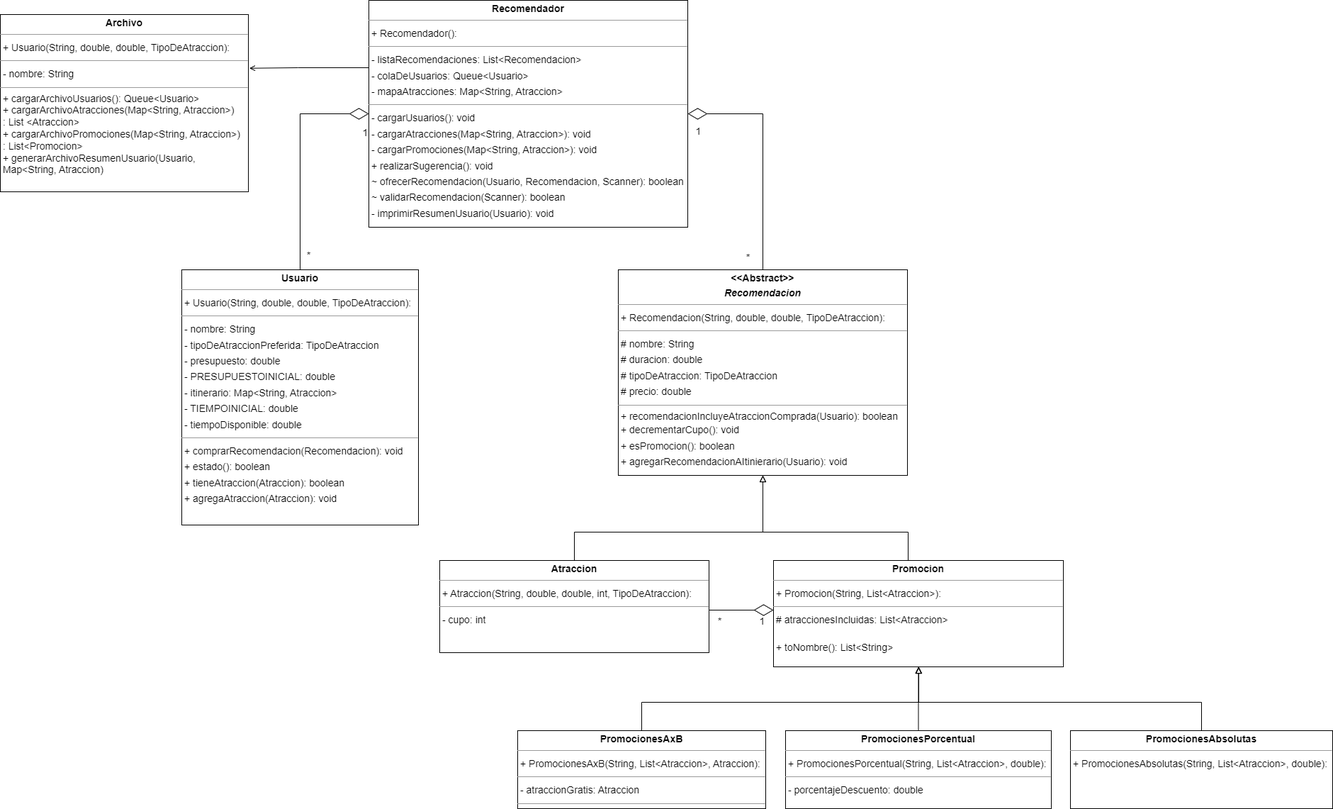
This is Diagrama de Clases.png from IvanOAn/Turismo-en-la-Tierra-Media-, a draw.io export, as it was before one commit. Source tidied: cells renumbered, new cells last; positions are measured from the earlier drawing's top-left corner, leaving out a move shared by most shapes.
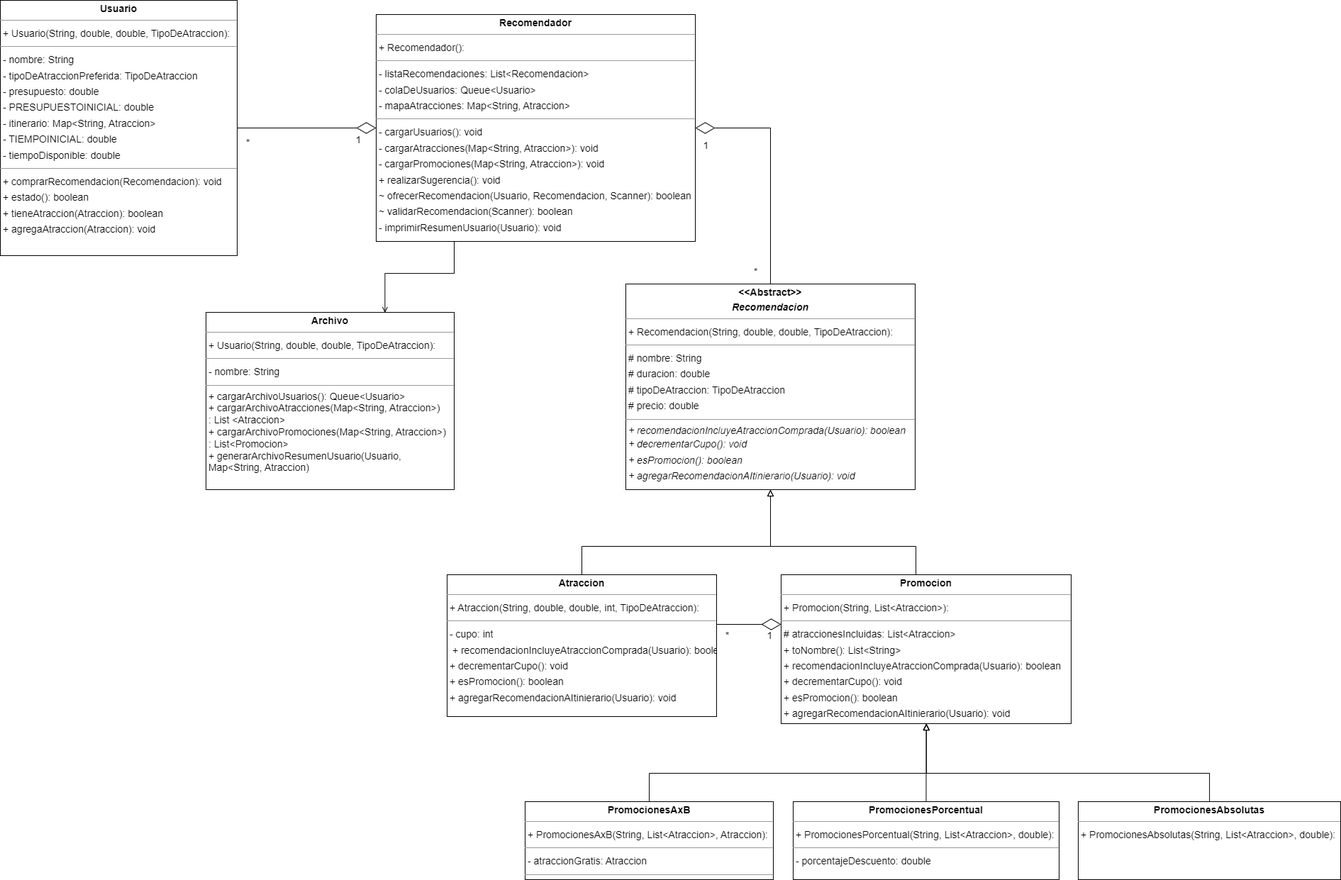
After the commit.

Commit message:
Arreglo en diagrama

The edit, as a diff of the source:
```diff
@@ -10,8 +10,8 @@
         </Array>
       </mxGeometry>
     </mxCell>
-    <mxCell id="3" value="&lt;p style=&quot;margin:0px;margin-top:4px;text-align:center;&quot;&gt;&lt;b&gt;Atraccion&lt;/b&gt;&lt;/p&gt;&lt;hr size=&quot;1&quot;&gt;&lt;p style=&quot;margin:0 0 0 4px;line-height:1.6;&quot;&gt;+ Atraccion(String, double, double, int, TipoDeAtraccion): &lt;/p&gt;&lt;hr size=&quot;1&quot;&gt;&lt;p style=&quot;margin:0 0 0 4px;line-height:1.6;&quot;&gt;- cupo: int&lt;/p&gt;" style="verticalAlign=top;align=left;overflow=fill;fontSize=14;fontFamily=Helvetica;html=1;rounded=0;shadow=0;comic=0;labelBackgroundColor=none;strokeWidth=1;" parent="1" vertex="1">
-      <mxGeometry x="620" y="790" width="380" height="130" as="geometry" />
+    <mxCell id="3" value="&lt;p style=&quot;margin:0px;margin-top:4px;text-align:center;&quot;&gt;&lt;b&gt;Atraccion&lt;/b&gt;&lt;/p&gt;&lt;hr size=&quot;1&quot;&gt;&lt;p style=&quot;margin:0 0 0 4px;line-height:1.6;&quot;&gt;+ Atraccion(String, double, double, int, TipoDeAtraccion): &lt;/p&gt;&lt;hr size=&quot;1&quot;&gt;&lt;p style=&quot;margin:0 0 0 4px;line-height:1.6;&quot;&gt;- cupo: int&lt;/p&gt;&lt;p style=&quot;margin:0 0 0 4px;line-height:1.6;&quot;&gt;&lt;i style=&quot;border-color: var(--border-color);&quot;&gt;&amp;nbsp;&lt;/i&gt;&lt;span style=&quot;border-color: var(--border-color);&quot;&gt;+ recomendacionIncluyeAtraccionComprada(Usuario): boolean&lt;/span&gt;&lt;/p&gt;&lt;p style=&quot;border-color: var(--border-color); margin: 0px 0px 0px 4px; line-height: 1.6;&quot;&gt;&lt;span style=&quot;border-color: var(--border-color);&quot;&gt;+ decrementarCupo(): void&lt;br style=&quot;border-color: var(--border-color);&quot;&gt;+ esPromocion(): boolean&lt;br style=&quot;border-color: var(--border-color);&quot;&gt;+ agregarRecomendacionAItinierario(Usuario): void&lt;/span&gt;&lt;/p&gt;" style="verticalAlign=top;align=left;overflow=fill;fontSize=14;fontFamily=Helvetica;html=1;rounded=0;shadow=0;comic=0;labelBackgroundColor=none;strokeWidth=1;" parent="1" vertex="1">
+      <mxGeometry x="620" y="790" width="380" height="200" as="geometry" />
     </mxCell>
     <mxCell id="4" style="edgeStyle=orthogonalEdgeStyle;rounded=0;jettySize=auto;html=1;entryX=0.5;entryY=1;entryDx=0;entryDy=0;endArrow=block;endFill=0;endSize=7;" parent="1" edge="1" source="5" target="12">
       <mxGeometry relative="1" as="geometry">
@@ -21,47 +21,47 @@
         </Array>
       </mxGeometry>
     </mxCell>
-    <mxCell id="5" value="&lt;p style=&quot;margin:0px;margin-top:4px;text-align:center;&quot;&gt;&lt;b&gt;Promocion&lt;/b&gt;&lt;/p&gt;&lt;hr size=&quot;1&quot;&gt;&lt;p style=&quot;margin:0 0 0 4px;line-height:1.6;&quot;&gt;+ Promocion(String, List&amp;lt;Atraccion&amp;gt;): &lt;/p&gt;&lt;hr size=&quot;1&quot;&gt;&lt;p style=&quot;margin:0 0 0 4px;line-height:1.6;&quot;&gt;# atraccionesIncluidas: List&amp;lt;Atraccion&amp;gt;&lt;/p&gt;&lt;br&gt;&lt;p style=&quot;margin:0 0 0 4px;line-height:1.6;&quot;&gt;+ toNombre(): List&amp;lt;String&amp;gt;&lt;br&gt;&lt;/p&gt;" style="verticalAlign=top;align=left;overflow=fill;fontSize=14;fontFamily=Helvetica;html=1;rounded=0;shadow=0;comic=0;labelBackgroundColor=none;strokeWidth=1;" parent="1" vertex="1">
-      <mxGeometry x="1091" y="790" width="409" height="150" as="geometry" />
+    <mxCell id="5" value="&lt;p style=&quot;margin:0px;margin-top:4px;text-align:center;&quot;&gt;&lt;b&gt;Promocion&lt;/b&gt;&lt;/p&gt;&lt;hr size=&quot;1&quot;&gt;&lt;p style=&quot;margin:0 0 0 4px;line-height:1.6;&quot;&gt;+ Promocion(String, List&amp;lt;Atraccion&amp;gt;): &lt;/p&gt;&lt;hr size=&quot;1&quot;&gt;&lt;p style=&quot;margin:0 0 0 4px;line-height:1.6;&quot;&gt;# atraccionesIncluidas: List&amp;lt;Atraccion&amp;gt;&lt;/p&gt;&lt;p style=&quot;margin:0 0 0 4px;line-height:1.6;&quot;&gt;+ toNombre(): List&amp;lt;String&amp;gt;&lt;/p&gt;&lt;p style=&quot;margin:0 0 0 4px;line-height:1.6;&quot;&gt;&lt;span style=&quot;background-color: initial;&quot;&gt;+ recomendacionIncluyeAtraccionComprada(Usuario): boolean&lt;/span&gt;&lt;/p&gt;&lt;p style=&quot;border-color: var(--border-color); margin: 0px 0px 0px 4px; line-height: 1.6;&quot;&gt;&lt;span style=&quot;border-color: var(--border-color);&quot;&gt;+ decrementarCupo(): void&lt;br style=&quot;border-color: var(--border-color);&quot;&gt;+ esPromocion(): boolean&lt;br style=&quot;border-color: var(--border-color);&quot;&gt;+ agregarRecomendacionAItinierario(Usuario): void&lt;/span&gt;&lt;/p&gt;" style="verticalAlign=top;align=left;overflow=fill;fontSize=14;fontFamily=Helvetica;html=1;rounded=0;shadow=0;comic=0;labelBackgroundColor=none;strokeWidth=1;" parent="1" vertex="1">
+      <mxGeometry x="1091" y="790" width="409" height="210" as="geometry" />
     </mxCell>
     <mxCell id="6" style="edgeStyle=orthogonalEdgeStyle;rounded=0;jettySize=auto;html=1;endArrow=block;endFill=0;endSize=7;" parent="1" edge="1" source="7">
       <mxGeometry relative="1" as="geometry">
-        <mxPoint x="1296" y="940" as="targetPoint" />
+        <mxPoint x="1296" y="1000" as="targetPoint" />
         <Array as="points">
-          <mxPoint x="1695" y="990" />
-          <mxPoint x="1296" y="990" />
+          <mxPoint x="1695" y="1070" />
+          <mxPoint x="1296" y="1070" />
         </Array>
       </mxGeometry>
     </mxCell>
     <mxCell id="7" value="&lt;p style=&quot;margin:0px;margin-top:4px;text-align:center;&quot;&gt;&lt;b&gt;PromocionesAbsolutas&lt;/b&gt;&lt;/p&gt;&lt;hr size=&quot;1&quot;&gt;&lt;p style=&quot;margin:0 0 0 4px;line-height:1.6;&quot;&gt;+ PromocionesAbsolutas(String, List&amp;lt;Atraccion&amp;gt;, double): &lt;/p&gt;" style="verticalAlign=top;align=left;overflow=fill;fontSize=14;fontFamily=Helvetica;html=1;rounded=0;shadow=0;comic=0;labelBackgroundColor=none;strokeWidth=1;" parent="1" vertex="1">
-      <mxGeometry x="1510" y="1030" width="370" height="110" as="geometry" />
+      <mxGeometry x="1510" y="1110" width="370" height="110" as="geometry" />
     </mxCell>
     <mxCell id="8" style="edgeStyle=orthogonalEdgeStyle;rounded=0;jettySize=auto;html=1;exitX=0.5;exitY=0;exitDx=0;exitDy=0;endArrow=block;endFill=0;endSize=7;" parent="1" edge="1" source="9">
       <mxGeometry relative="1" as="geometry">
-        <mxPoint x="1296" y="940" as="targetPoint" />
+        <mxPoint x="1296" y="1000" as="targetPoint" />
         <Array as="points">
-          <mxPoint x="905" y="990" />
-          <mxPoint x="1296" y="990" />
+          <mxPoint x="905" y="1070" />
+          <mxPoint x="1296" y="1070" />
         </Array>
       </mxGeometry>
     </mxCell>
     <mxCell id="9" value="&lt;p style=&quot;margin:0px;margin-top:4px;text-align:center;&quot;&gt;&lt;b&gt;PromocionesAxB&lt;/b&gt;&lt;/p&gt;&lt;hr size=&quot;1&quot;&gt;&lt;p style=&quot;margin:0 0 0 4px;line-height:1.6;&quot;&gt;+ PromocionesAxB(String, List&amp;lt;Atraccion&amp;gt;, Atraccion): &lt;/p&gt;&lt;hr size=&quot;1&quot;&gt;&lt;p style=&quot;margin:0 0 0 4px;line-height:1.6;&quot;&gt;- atraccionGratis: Atraccion&lt;/p&gt;&lt;hr size=&quot;1&quot;&gt;" style="verticalAlign=top;align=left;overflow=fill;fontSize=14;fontFamily=Helvetica;html=1;rounded=0;shadow=0;comic=0;labelBackgroundColor=none;strokeWidth=1;" parent="1" vertex="1">
-      <mxGeometry x="730" y="1030" width="350" height="110" as="geometry" />
+      <mxGeometry x="730" y="1110" width="350" height="110" as="geometry" />
     </mxCell>
     <mxCell id="10" style="edgeStyle=orthogonalEdgeStyle;rounded=0;jettySize=auto;html=1;entryX=0.5;entryY=1;entryDx=0;entryDy=0;endArrow=block;endFill=0;endSize=7;" parent="1" edge="1" source="11" target="5">
       <mxGeometry relative="1" as="geometry" />
     </mxCell>
     <mxCell id="11" value="&lt;p style=&quot;margin:0px;margin-top:4px;text-align:center;&quot;&gt;&lt;b&gt;PromocionesPorcentual&lt;/b&gt;&lt;/p&gt;&lt;hr size=&quot;1&quot;&gt;&lt;p style=&quot;margin:0 0 0 4px;line-height:1.6;&quot;&gt;+ PromocionesPorcentual(String, List&amp;lt;Atraccion&amp;gt;, double): &lt;/p&gt;&lt;hr size=&quot;1&quot;&gt;&lt;p style=&quot;margin:0 0 0 4px;line-height:1.6;&quot;&gt;- porcentajeDescuento: double&lt;/p&gt;" style="verticalAlign=top;align=left;overflow=fill;fontSize=14;fontFamily=Helvetica;html=1;rounded=0;shadow=0;comic=0;labelBackgroundColor=none;strokeWidth=1;" parent="1" vertex="1">
-      <mxGeometry x="1108" y="1030" width="375" height="110" as="geometry" />
+      <mxGeometry x="1108" y="1110" width="375" height="110" as="geometry" />
     </mxCell>
-    <mxCell id="12" value="&lt;p style=&quot;margin:0px;margin-top:4px;text-align:center;&quot;&gt;&lt;b&gt;&amp;lt;&amp;lt;Abstract&amp;gt;&amp;gt;&lt;br&gt;&lt;/b&gt;&lt;/p&gt;&lt;p style=&quot;margin:0px;margin-top:4px;text-align:center;&quot;&gt;&lt;b&gt;&lt;i&gt;Recomendacion&lt;/i&gt;&lt;/b&gt;&lt;/p&gt;&lt;hr size=&quot;1&quot;&gt;&lt;p style=&quot;margin:0 0 0 4px;line-height:1.6;&quot;&gt;+ Recomendacion(String, double, double, TipoDeAtraccion): &lt;/p&gt;&lt;hr size=&quot;1&quot;&gt;&lt;p style=&quot;margin:0 0 0 4px;line-height:1.6;&quot;&gt;# nombre: String&lt;br&gt;# duracion: double&lt;br&gt;# tipoDeAtraccion: TipoDeAtraccion&lt;br&gt;# precio: double&lt;/p&gt;&lt;hr size=&quot;1&quot;&gt;&amp;nbsp;+ recomendacionIncluyeAtraccionComprada(Usuario): boolean&lt;p style=&quot;margin:0 0 0 4px;line-height:1.6;&quot;&gt;+ decrementarCupo(): void&lt;br&gt;+ esPromocion(): boolean&lt;br&gt;+ agregarRecomendacionAItinierario(Usuario): void&lt;br&gt;&lt;/p&gt;" style="verticalAlign=top;align=left;overflow=fill;fontSize=14;fontFamily=Helvetica;html=1;rounded=0;shadow=0;comic=0;labelBackgroundColor=none;strokeWidth=1;" parent="1" vertex="1">
+    <mxCell id="12" value="&lt;p style=&quot;margin:0px;margin-top:4px;text-align:center;&quot;&gt;&lt;b&gt;&amp;lt;&amp;lt;Abstract&amp;gt;&amp;gt;&lt;br&gt;&lt;/b&gt;&lt;/p&gt;&lt;p style=&quot;margin:0px;margin-top:4px;text-align:center;&quot;&gt;&lt;b&gt;&lt;i&gt;Recomendacion&lt;/i&gt;&lt;/b&gt;&lt;/p&gt;&lt;hr size=&quot;1&quot;&gt;&lt;p style=&quot;margin:0 0 0 4px;line-height:1.6;&quot;&gt;+ Recomendacion(String, double, double, TipoDeAtraccion): &lt;/p&gt;&lt;hr size=&quot;1&quot;&gt;&lt;p style=&quot;margin:0 0 0 4px;line-height:1.6;&quot;&gt;# nombre: String&lt;br&gt;# duracion: double&lt;br&gt;# tipoDeAtraccion: TipoDeAtraccion&lt;br&gt;# precio: double&lt;/p&gt;&lt;hr size=&quot;1&quot;&gt;&lt;i&gt;&amp;nbsp;+ recomendacionIncluyeAtraccionComprada(Usuario): boolean&lt;/i&gt;&lt;p style=&quot;margin:0 0 0 4px;line-height:1.6;&quot;&gt;&lt;i&gt;+ decrementarCupo(): void&lt;br&gt;+ esPromocion(): boolean&lt;br&gt;+ agregarRecomendacionAItinierario(Usuario): void&lt;/i&gt;&lt;br&gt;&lt;/p&gt;" style="verticalAlign=top;align=left;overflow=fill;fontSize=14;fontFamily=Helvetica;html=1;rounded=0;shadow=0;comic=0;labelBackgroundColor=none;strokeWidth=1;" parent="1" vertex="1">
       <mxGeometry x="872" y="380" width="408" height="290" as="geometry" />
     </mxCell>
     <mxCell id="13" value="&lt;p style=&quot;margin:0px;margin-top:4px;text-align:center;&quot;&gt;&lt;b&gt;Recomendador&lt;/b&gt;&lt;/p&gt;&lt;hr size=&quot;1&quot;&gt;&lt;p style=&quot;margin:0 0 0 4px;line-height:1.6;&quot;&gt;+ Recomendador(): &lt;/p&gt;&lt;hr size=&quot;1&quot;&gt;&lt;p style=&quot;margin:0 0 0 4px;line-height:1.6;&quot;&gt;- listaRecomendaciones: List&amp;lt;Recomendacion&amp;gt;&lt;br&gt;- colaDeUsuarios: Queue&amp;lt;Usuario&amp;gt;&lt;/p&gt;&lt;p style=&quot;margin:0 0 0 4px;line-height:1.6;&quot;&gt;- mapaAtracciones: Map&amp;lt;String, Atraccion&amp;gt;&lt;br&gt;&lt;/p&gt;&lt;hr size=&quot;1&quot;&gt;&lt;p style=&quot;margin:0 0 0 4px;line-height:1.6;&quot;&gt;- cargarUsuarios(): void&lt;/p&gt;&lt;p style=&quot;margin:0 0 0 4px;line-height:1.6;&quot;&gt;- cargarAtracciones(Map&amp;lt;String, Atraccion&amp;gt;): void&lt;/p&gt;&lt;p style=&quot;margin:0 0 0 4px;line-height:1.6;&quot;&gt;- cargarPromociones(Map&amp;lt;String, Atraccion&amp;gt;): void&lt;br&gt;+ realizarSugerencia(): void&lt;br&gt;~ ofrecerRecomendacion(Usuario, Recomendacion, Scanner): boolean&lt;br&gt;~ validarRecomendacion(Scanner): boolean&lt;br&gt;&lt;/p&gt;&lt;p style=&quot;margin:0 0 0 4px;line-height:1.6;&quot;&gt;- imprimirResumenUsuario(Usuario): void&lt;br&gt;&lt;/p&gt;" style="verticalAlign=top;align=left;overflow=fill;fontSize=14;fontFamily=Helvetica;html=1;rounded=0;shadow=0;comic=0;labelBackgroundColor=none;strokeWidth=1;" parent="1" vertex="1">
       <mxGeometry x="520" width="450" height="320" as="geometry" />
     </mxCell>
     <mxCell id="14" value="&lt;p style=&quot;margin:0px;margin-top:4px;text-align:center;&quot;&gt;&lt;b&gt;Usuario&lt;/b&gt;&lt;/p&gt;&lt;hr size=&quot;1&quot;&gt;&lt;p style=&quot;margin:0 0 0 4px;line-height:1.6;&quot;&gt;+ Usuario(String, double, double, TipoDeAtraccion): &lt;/p&gt;&lt;hr size=&quot;1&quot;&gt;&lt;p style=&quot;margin:0 0 0 4px;line-height:1.6;&quot;&gt;- nombre: String&lt;br&gt;- tipoDeAtraccionPreferida: TipoDeAtraccion&lt;br&gt;- presupuesto: double&lt;br&gt;- PRESUPUESTOINICIAL: double&lt;br&gt;- itinerario: Map&amp;lt;String, Atraccion&amp;gt;&lt;br&gt;- TIEMPOINICIAL: double&lt;br&gt;- tiempoDisponible: double&lt;/p&gt;&lt;hr size=&quot;1&quot;&gt;&lt;p style=&quot;margin:0 0 0 4px;line-height:1.6;&quot;&gt;+ comprarRecomendacion(Recomendacion): void&lt;br&gt;+ estado(): boolean&lt;/p&gt;&lt;p style=&quot;margin:0 0 0 4px;line-height:1.6;&quot;&gt;+ tieneAtraccion(Atraccion): boolean&lt;/p&gt;&lt;p style=&quot;margin:0 0 0 4px;line-height:1.6;&quot;&gt;+ agregaAtraccion(Atraccion): void&lt;br&gt;&lt;/p&gt;" style="verticalAlign=top;align=left;overflow=fill;fontSize=14;fontFamily=Helvetica;html=1;rounded=0;shadow=0;comic=0;labelBackgroundColor=none;strokeWidth=1;" parent="1" vertex="1">
-      <mxGeometry x="256" y="380" width="334" height="360" as="geometry" />
+      <mxGeometry x="-10" y="-20" width="334" height="360" as="geometry" />
     </mxCell>
     <mxCell id="15" style="group;" parent="1" vertex="1">
       <mxGeometry x="1000" y="860" width="90" height="31" as="geometry" />
@@ -84,17 +84,11 @@
       <mxGeometry width="30" height="30" as="geometry" />
     </mxCell>
     <mxCell id="20" style="group;" parent="1" vertex="1">
-      <mxGeometry x="420" y="160" width="110" height="215" as="geometry" />
+      <mxGeometry x="324" y="140" width="210" height="30" as="geometry" />
     </mxCell>
     <mxCell id="21" style="edgeStyle=orthogonalEdgeStyle;rounded=0;jettySize=auto;html=1;entryX=0;entryY=0.5;entryDx=0;entryDy=0;endArrow=diamondThin;endFill=0;endSize=25;" parent="20" edge="1" source="14" target="13">
       <mxGeometry relative="1" as="geometry" />
     </mxCell>
-    <mxCell id="22" value="&lt;div&gt;&lt;br&gt;&lt;/div&gt;&lt;div&gt;&lt;font style=&quot;font-size: 14px;&quot;&gt;1&lt;/font&gt;&lt;br&gt;&lt;/div&gt;" style="text;html=1;align=center;verticalAlign=middle;strokeColor=none;fillColor=none;" parent="20" vertex="1">
-      <mxGeometry x="80" width="30" height="40" as="geometry" />
-    </mxCell>
-    <mxCell id="23" value="&lt;font style=&quot;font-size: 14px;&quot;&gt;*&lt;/font&gt;" style="text;html=1;align=center;verticalAlign=middle;strokeColor=none;fillColor=none;" parent="20" vertex="1">
-      <mxGeometry y="185" width="30" height="30" as="geometry" />
-    </mxCell>
     <mxCell id="24" style="group;" parent="1" vertex="1">
       <mxGeometry x="970" y="157.5" width="100" height="220" as="geometry" />
     </mxCell>
@@ -107,17 +101,23 @@
     <mxCell id="27" value="&lt;font style=&quot;font-size: 14px;&quot;&gt;*&lt;/font&gt;" style="text;html=1;align=center;verticalAlign=middle;strokeColor=none;fillColor=none;" parent="24" vertex="1">
       <mxGeometry x="70" y="190" width="30" height="30" as="geometry" />
     </mxCell>
-    <mxCell id="28" style="edgeStyle=orthogonalEdgeStyle;rounded=0;jettySize=auto;html=1;endArrow=open;endFill=0;exitX=0;exitY=0.25;exitDx=0;exitDy=0;entryX=1.004;entryY=0.303;entryDx=0;entryDy=0;entryPerimeter=0;" parent="1" edge="1" source="13" target="29">
+    <mxCell id="28" style="edgeStyle=orthogonalEdgeStyle;rounded=0;jettySize=auto;html=1;endArrow=open;endFill=0;entryX=0.721;entryY=0.002;entryDx=0;entryDy=0;entryPerimeter=0;" parent="1" edge="1" target="29">
       <mxGeometry relative="1" as="geometry">
+        <mxPoint x="630" y="320" as="sourcePoint" />
         <Array as="points">
-          <mxPoint x="520" y="95" />
-          <mxPoint x="420" y="95" />
-          <mxPoint x="420" y="96" />
+          <mxPoint x="630" y="365" />
+          <mxPoint x="532" y="365" />
         </Array>
       </mxGeometry>
     </mxCell>
     <mxCell id="29" value="&lt;p style=&quot;margin:0px;margin-top:4px;text-align:center;&quot;&gt;&lt;b&gt;Archivo&lt;/b&gt;&lt;br&gt;&lt;/p&gt;&lt;hr size=&quot;1&quot;&gt;&lt;p style=&quot;margin:0 0 0 4px;line-height:1.6;&quot;&gt;+ Usuario(String, double, double, TipoDeAtraccion): &lt;/p&gt;&lt;hr size=&quot;1&quot;&gt;&lt;p style=&quot;margin:0 0 0 4px;line-height:1.6;&quot;&gt;- nombre: String&lt;/p&gt;&lt;hr size=&quot;1&quot;&gt;&lt;div&gt;&amp;nbsp;+ cargarArchivoUsuarios(): Queue&amp;lt;Usuario&amp;gt;&lt;/div&gt;&lt;div&gt;&amp;nbsp;+ cargarArchivoAtracciones(Map&amp;lt;String, Atraccion&amp;gt;&lt;span style=&quot;background-color: initial;&quot;&gt;)&lt;/span&gt;&lt;/div&gt;&lt;div&gt;&lt;span style=&quot;background-color: initial;&quot;&gt;&amp;nbsp;: List &amp;lt;Atraccion&amp;gt;&amp;nbsp;&lt;/span&gt;&lt;/div&gt;&lt;div&gt;&lt;span style=&quot;background-color: initial;&quot;&gt;&amp;nbsp;+ cargarArchivoPromociones(Map&amp;lt;String, Atraccion&amp;gt;)&lt;/span&gt;&lt;/div&gt;&lt;div&gt;&amp;nbsp;: List&amp;lt;Promocion&amp;gt;&lt;/div&gt;&lt;div&gt;&amp;nbsp;+ generarArchivoResumenUsuario(Usuario,&lt;/div&gt;&lt;div&gt;&amp;nbsp;Map&amp;lt;String, Atraccion)&lt;/div&gt;" style="verticalAlign=top;align=left;overflow=fill;fontSize=14;fontFamily=Helvetica;html=1;rounded=0;shadow=0;comic=0;labelBackgroundColor=none;strokeWidth=1;" parent="1" vertex="1">
-      <mxGeometry y="20" width="350" height="250" as="geometry" />
+      <mxGeometry x="280" y="420" width="350" height="250" as="geometry" />
     </mxCell>
+    <mxCell id="23" value="&lt;font style=&quot;font-size: 14px;&quot;&gt;*&lt;/font&gt;" style="text;html=1;align=center;verticalAlign=middle;strokeColor=none;fillColor=none;" parent="1" vertex="1">
+      <mxGeometry x="324" y="165.8" width="30" height="30" as="geometry" />
+    </mxCell>
+    <mxCell id="22" value="&lt;div&gt;&lt;br&gt;&lt;/div&gt;&lt;div&gt;&lt;font style=&quot;font-size: 14px;&quot;&gt;1&lt;/font&gt;&lt;br&gt;&lt;/div&gt;" style="text;html=1;align=center;verticalAlign=middle;strokeColor=none;fillColor=none;" parent="1" vertex="1">
+      <mxGeometry x="480" y="150" width="30" height="40" as="geometry" />
+    </mxCell>
   </root>
 </mxGraphModel>
```
